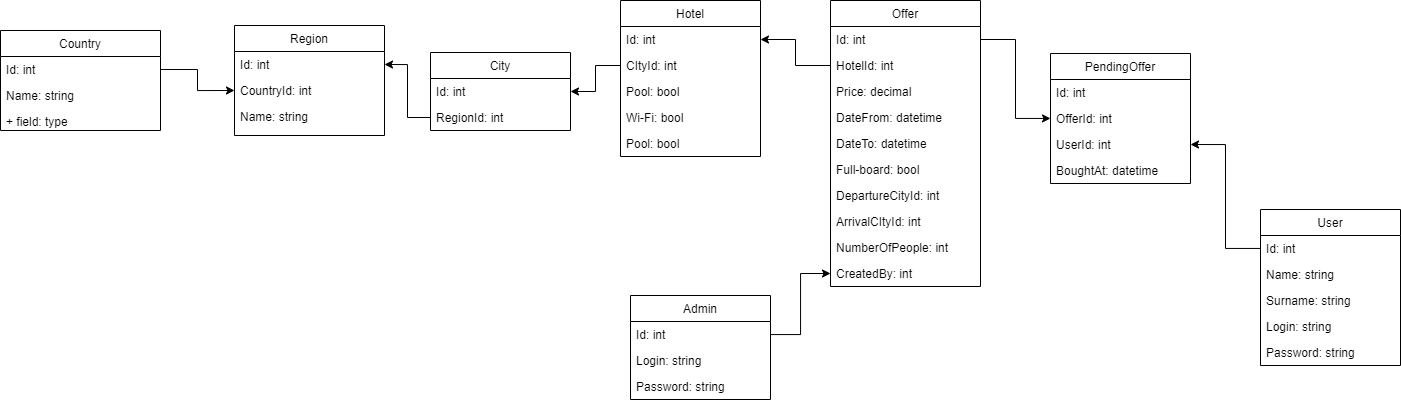
sewcio543/vacationey keeps this draw.io diagram as classDiagram.png. Above is the earlier version. Source tidied: cells renumbered, new cells last; positions are measured from the earlier drawing's top-left corner, leaving out a move shared by most shapes.
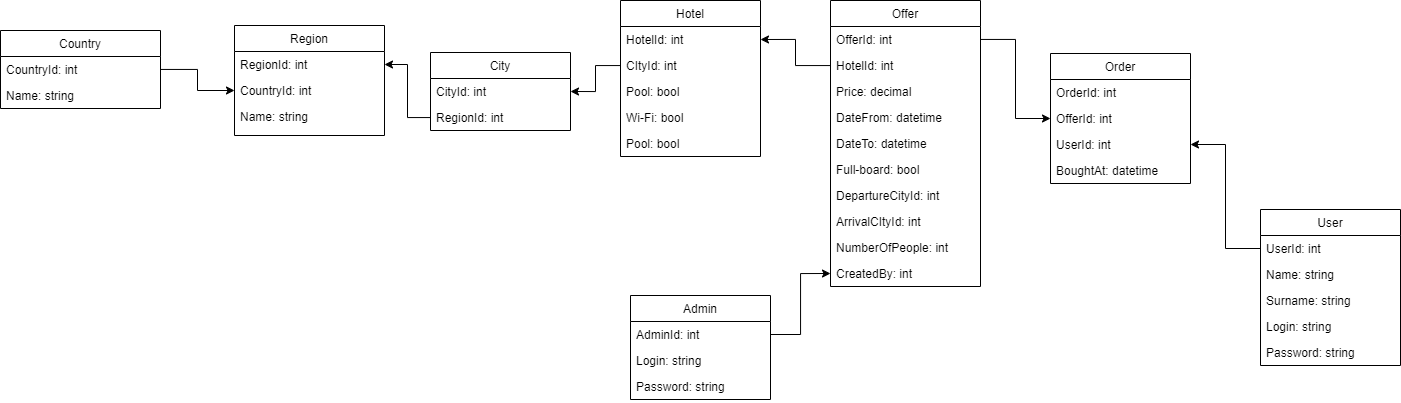
After the change.

Change to the diagram source:
```diff
@@ -3,21 +3,18 @@
     <mxCell id="0" />
     <mxCell id="1" parent="0" />
     <mxCell id="2" value="Country" style="swimlane;fontStyle=0;horizontal=1;startSize=26;fillColor=none;" parent="1" vertex="1">
-      <mxGeometry y="30" width="160" height="100" as="geometry" />
+      <mxGeometry y="30" width="160" height="78" as="geometry" />
     </mxCell>
-    <mxCell id="3" value="Id: int" style="text;strokeColor=none;fillColor=none;align=left;verticalAlign=top;spacingLeft=4;spacingRight=4;overflow=hidden;points=[[0,0.5],[1,0.5]];portConstraint=eastwest;" parent="2" vertex="1">
+    <mxCell id="3" value="CountryId: int" style="text;strokeColor=none;fillColor=none;align=left;verticalAlign=top;spacingLeft=4;spacingRight=4;overflow=hidden;points=[[0,0.5],[1,0.5]];portConstraint=eastwest;" parent="2" vertex="1">
       <mxGeometry y="26" width="160" height="26" as="geometry" />
     </mxCell>
     <mxCell id="4" value="Name: string" style="text;strokeColor=none;fillColor=none;align=left;verticalAlign=top;spacingLeft=4;spacingRight=4;overflow=hidden;" parent="2" vertex="1">
       <mxGeometry y="52" width="160" height="26" as="geometry" />
     </mxCell>
-    <mxCell id="5" value="+ field: type" style="text;strokeColor=none;fillColor=none;align=left;verticalAlign=top;spacingLeft=4;spacingRight=4;overflow=hidden;" parent="2" vertex="1">
-      <mxGeometry y="78" width="160" height="22" as="geometry" />
-    </mxCell>
     <mxCell id="6" value="Region" style="swimlane;fontStyle=0;horizontal=1;startSize=26;fillColor=none;" parent="1" vertex="1">
       <mxGeometry x="234" y="25" width="150" height="110" as="geometry" />
     </mxCell>
-    <mxCell id="7" value="Id: int" style="text;strokeColor=none;fillColor=none;align=left;verticalAlign=top;spacingLeft=4;spacingRight=4;overflow=hidden;points=[[0,0.5],[1,0.5]];portConstraint=eastwest;" parent="6" vertex="1">
+    <mxCell id="7" value="RegionId: int" style="text;strokeColor=none;fillColor=none;align=left;verticalAlign=top;spacingLeft=4;spacingRight=4;overflow=hidden;points=[[0,0.5],[1,0.5]];portConstraint=eastwest;" parent="6" vertex="1">
       <mxGeometry y="26" width="150" height="26" as="geometry" />
     </mxCell>
     <mxCell id="8" value="CountryId: int" style="text;strokeColor=none;fillColor=none;align=left;verticalAlign=top;spacingLeft=4;spacingRight=4;overflow=hidden;points=[[0,0.5],[1,0.5]];portConstraint=eastwest;" parent="6" vertex="1">
@@ -29,7 +26,7 @@
     <mxCell id="10" value="Hotel" style="swimlane;fontStyle=0;horizontal=1;startSize=26;fillColor=none;" parent="1" vertex="1">
       <mxGeometry x="620" width="140" height="156" as="geometry" />
     </mxCell>
-    <mxCell id="11" value="Id: int" style="text;strokeColor=none;fillColor=none;align=left;verticalAlign=top;spacingLeft=4;spacingRight=4;overflow=hidden;points=[[0,0.5],[1,0.5]];portConstraint=eastwest;" parent="10" vertex="1">
+    <mxCell id="11" value="HotelId: int" style="text;strokeColor=none;fillColor=none;align=left;verticalAlign=top;spacingLeft=4;spacingRight=4;overflow=hidden;points=[[0,0.5],[1,0.5]];portConstraint=eastwest;" parent="10" vertex="1">
       <mxGeometry y="26" width="140" height="26" as="geometry" />
     </mxCell>
     <mxCell id="12" value="CItyId: int" style="text;strokeColor=none;fillColor=none;align=left;verticalAlign=top;spacingLeft=4;spacingRight=4;overflow=hidden;points=[[0,0.5],[1,0.5]];portConstraint=eastwest;" parent="10" vertex="1">
@@ -47,7 +44,7 @@
     <mxCell id="16" value="Offer" style="swimlane;fontStyle=0;horizontal=1;startSize=26;fillColor=none;" parent="1" vertex="1">
       <mxGeometry x="830" width="150" height="286" as="geometry" />
     </mxCell>
-    <mxCell id="17" value="Id: int" style="text;strokeColor=none;fillColor=none;align=left;verticalAlign=top;spacingLeft=4;spacingRight=4;overflow=hidden;points=[[0,0.5],[1,0.5]];portConstraint=eastwest;" parent="16" vertex="1">
+    <mxCell id="17" value="OfferId: int" style="text;strokeColor=none;fillColor=none;align=left;verticalAlign=top;spacingLeft=4;spacingRight=4;overflow=hidden;points=[[0,0.5],[1,0.5]];portConstraint=eastwest;" parent="16" vertex="1">
       <mxGeometry y="26" width="150" height="26" as="geometry" />
     </mxCell>
     <mxCell id="18" value="HotelId: int" style="text;strokeColor=none;fillColor=none;align=left;verticalAlign=top;spacingLeft=4;spacingRight=4;overflow=hidden;points=[[0,0.5],[1,0.5]];portConstraint=eastwest;" parent="16" vertex="1">
@@ -80,7 +77,7 @@
     <mxCell id="27" value="City" style="swimlane;fontStyle=0;horizontal=1;startSize=26;fillColor=none;" parent="1" vertex="1">
       <mxGeometry x="430" y="52" width="140" height="78" as="geometry" />
     </mxCell>
-    <mxCell id="28" value="Id: int" style="text;strokeColor=none;fillColor=none;align=left;verticalAlign=top;spacingLeft=4;spacingRight=4;overflow=hidden;points=[[0,0.5],[1,0.5]];portConstraint=eastwest;" parent="27" vertex="1">
+    <mxCell id="28" value="CityId: int" style="text;strokeColor=none;fillColor=none;align=left;verticalAlign=top;spacingLeft=4;spacingRight=4;overflow=hidden;points=[[0,0.5],[1,0.5]];portConstraint=eastwest;" parent="27" vertex="1">
       <mxGeometry y="26" width="140" height="26" as="geometry" />
     </mxCell>
     <mxCell id="29" value="RegionId: int" style="text;strokeColor=none;fillColor=none;align=left;verticalAlign=top;spacingLeft=4;spacingRight=4;overflow=hidden;points=[[0,0.5],[1,0.5]];portConstraint=eastwest;" parent="27" vertex="1">
@@ -89,7 +86,7 @@
     <mxCell id="30" value="User" style="swimlane;fontStyle=0;horizontal=1;startSize=26;fillColor=none;" parent="1" vertex="1">
       <mxGeometry x="1260" y="209" width="140" height="156" as="geometry" />
     </mxCell>
-    <mxCell id="31" value="Id: int" style="text;strokeColor=none;fillColor=none;align=left;verticalAlign=top;spacingLeft=4;spacingRight=4;overflow=hidden;points=[[0,0.5],[1,0.5]];portConstraint=eastwest;" parent="30" vertex="1">
+    <mxCell id="31" value="UserId: int" style="text;strokeColor=none;fillColor=none;align=left;verticalAlign=top;spacingLeft=4;spacingRight=4;overflow=hidden;points=[[0,0.5],[1,0.5]];portConstraint=eastwest;" parent="30" vertex="1">
       <mxGeometry y="26" width="140" height="26" as="geometry" />
     </mxCell>
     <mxCell id="32" value="Name: string" style="text;strokeColor=none;fillColor=none;align=left;verticalAlign=top;spacingLeft=4;spacingRight=4;overflow=hidden;" parent="30" vertex="1">
@@ -107,7 +104,7 @@
     <mxCell id="36" value="Admin" style="swimlane;fontStyle=0;horizontal=1;startSize=26;fillColor=none;" parent="1" vertex="1">
       <mxGeometry x="630" y="295" width="140" height="104" as="geometry" />
     </mxCell>
-    <mxCell id="37" value="Id: int" style="text;strokeColor=none;fillColor=none;align=left;verticalAlign=top;spacingLeft=4;spacingRight=4;overflow=hidden;points=[[0,0.5],[1,0.5]];portConstraint=eastwest;" parent="36" vertex="1">
+    <mxCell id="37" value="AdminId: int" style="text;strokeColor=none;fillColor=none;align=left;verticalAlign=top;spacingLeft=4;spacingRight=4;overflow=hidden;points=[[0,0.5],[1,0.5]];portConstraint=eastwest;" parent="36" vertex="1">
       <mxGeometry y="26" width="140" height="26" as="geometry" />
     </mxCell>
     <mxCell id="38" value="Login: string" style="text;strokeColor=none;fillColor=none;align=left;verticalAlign=top;spacingLeft=4;spacingRight=4;overflow=hidden;" parent="36" vertex="1">
@@ -128,10 +125,10 @@
     <mxCell id="43" style="edgeStyle=orthogonalEdgeStyle;rounded=0;jettySize=auto;html=1;entryX=1;entryY=0.5;entryDx=0;entryDy=0;" parent="1" edge="1" source="18" target="11">
       <mxGeometry relative="1" as="geometry" />
     </mxCell>
-    <mxCell id="44" value="PendingOffer" style="swimlane;fontStyle=0;horizontal=1;startSize=26;fillColor=none;" parent="1" vertex="1">
+    <mxCell id="44" value="Order" style="swimlane;fontStyle=0;horizontal=1;startSize=26;fillColor=none;" parent="1" vertex="1">
       <mxGeometry x="1050" y="53" width="140" height="130" as="geometry" />
     </mxCell>
-    <mxCell id="45" value="Id: int" style="text;strokeColor=none;fillColor=none;align=left;verticalAlign=top;spacingLeft=4;spacingRight=4;overflow=hidden;" parent="44" vertex="1">
+    <mxCell id="45" value="OrderId: int" style="text;strokeColor=none;fillColor=none;align=left;verticalAlign=top;spacingLeft=4;spacingRight=4;overflow=hidden;" parent="44" vertex="1">
       <mxGeometry y="26" width="140" height="26" as="geometry" />
     </mxCell>
     <mxCell id="46" value="OfferId: int" style="text;strokeColor=none;fillColor=none;align=left;verticalAlign=top;spacingLeft=4;spacingRight=4;overflow=hidden;points=[[0,0.5],[1,0.5]];portConstraint=eastwest;" parent="44" vertex="1">
```
